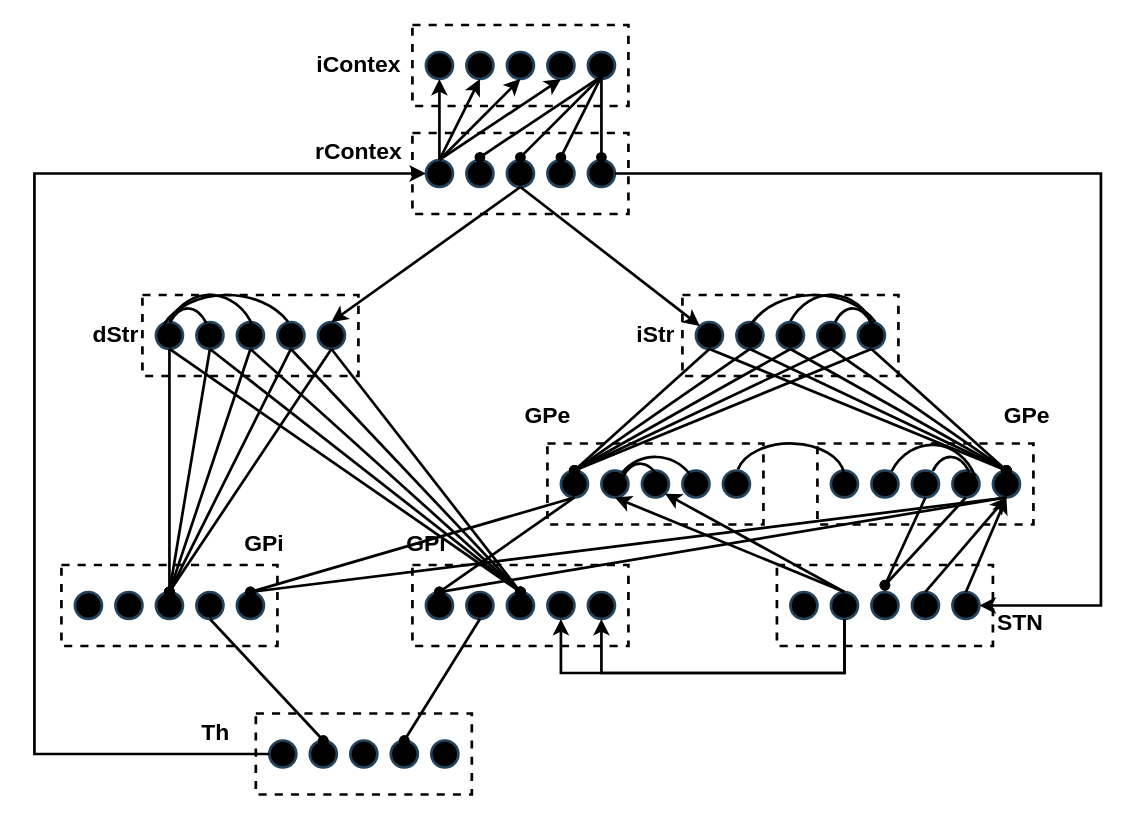
The draw.io diagram Untitled Diagram.drawio in lililingling/smartband, before the edit. Source tidied: cells renumbered, new cells numbered last; positions are measured from the earlier drawing's top-left corner, leaving out a move shared by most shapes. Both pictures are drawn from the tidied source at 135%, with x=0, y=0 at pixel (34, 24).
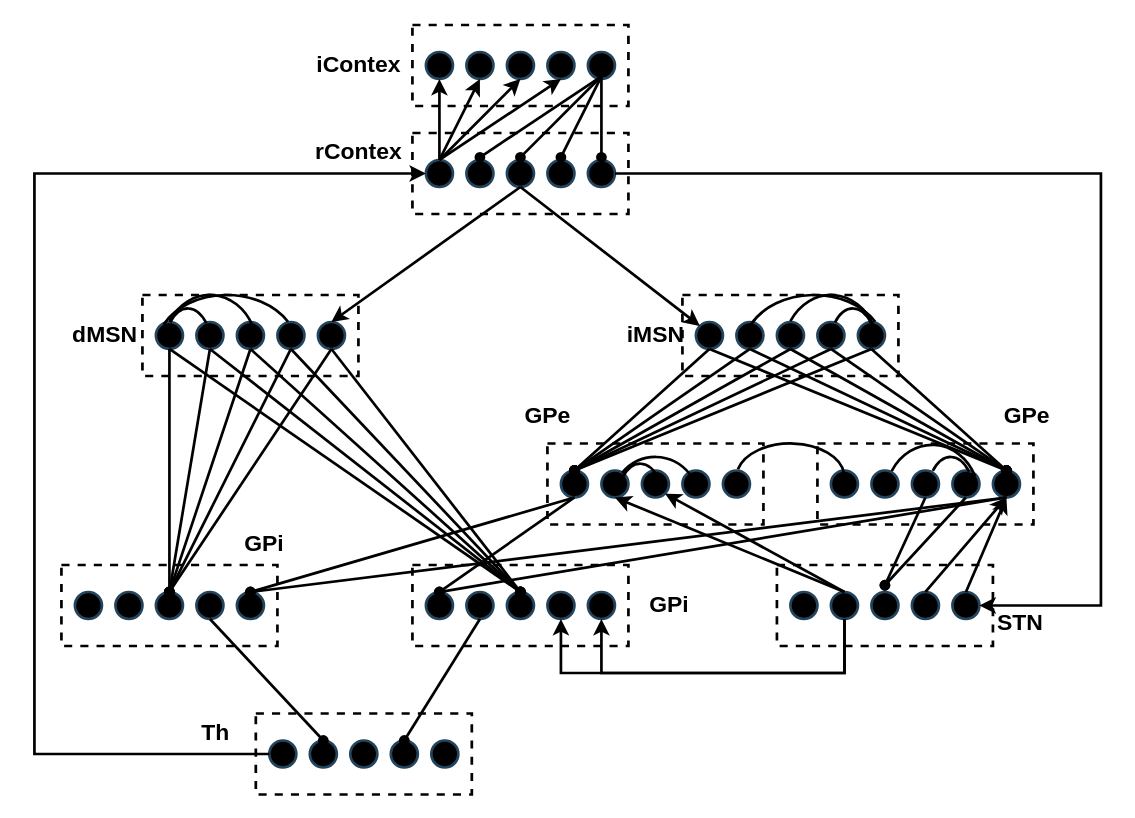
The same diagram, later.

The edit, as a diff of the source:
```diff
@@
-    <mxCell id="68" value="&lt;b&gt;dStr&lt;/b&gt;" style="text;html=1;align=center;verticalAlign=middle;strokeColor=none;fillColor=none;fontSize=17;" parent="1" vertex="1">
-      <mxGeometry x="35" y="215" width="50" height="30" as="geometry" />
+    <mxCell id="68" value="&lt;b&gt;dMSN&lt;/b&gt;" style="text;html=1;align=center;verticalAlign=middle;strokeColor=none;fillColor=none;fontSize=17;" parent="1" vertex="1">
+      <mxGeometry x="22" y="215" width="60" height="30" as="geometry" />
     </mxCell>
-    <mxCell id="69" value="&lt;b&gt;iStr&lt;/b&gt;" style="text;html=1;align=center;verticalAlign=middle;strokeColor=none;fillColor=none;fontSize=17;" parent="1" vertex="1">
-      <mxGeometry x="440" y="215" width="40" height="30" as="geometry" />
+    <mxCell id="69" value="&lt;b&gt;iMSN&lt;/b&gt;" style="text;html=1;align=center;verticalAlign=middle;strokeColor=none;fillColor=none;fontSize=17;" parent="1" vertex="1">
+      <mxGeometry x="430" y="215" width="60" height="30" as="geometry" />
     </mxCell>
@@
     <mxCell id="76" value="&lt;b&gt;GPi&lt;/b&gt;" style="text;html=1;align=center;verticalAlign=middle;strokeColor=none;fillColor=none;fontSize=17;" parent="1" vertex="1">
-      <mxGeometry x="270" y="370" width="40" height="30" as="geometry" />
+      <mxGeometry x="450" y="415" width="40" height="30" as="geometry" />
     </mxCell>
```
